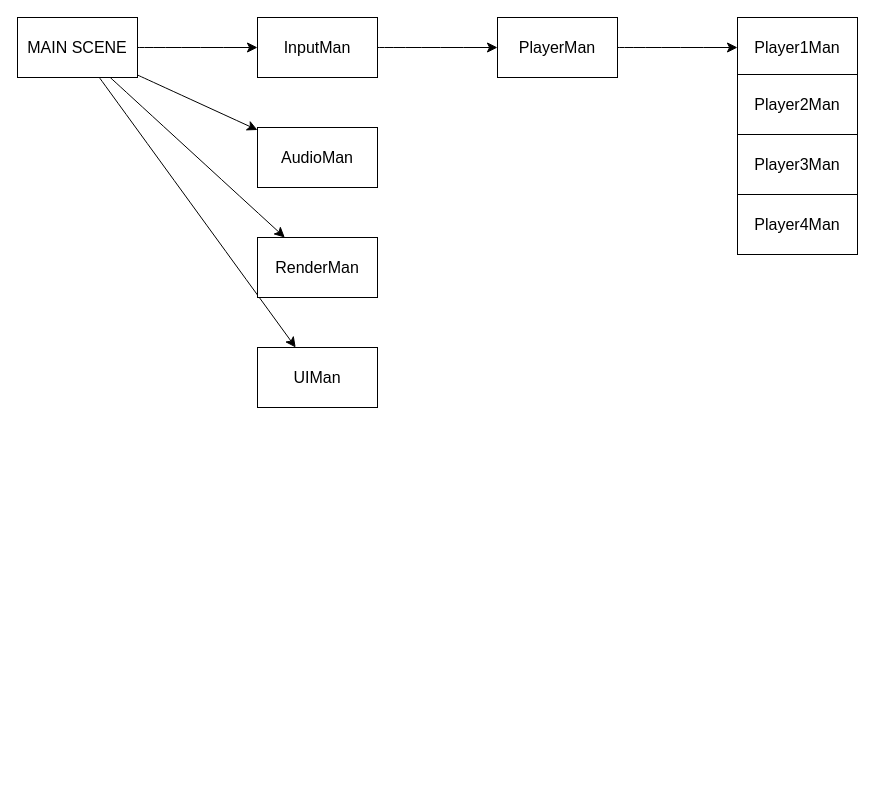
Before: Misc/USAISystems.drawio in jmund15/USAI, a draw.io diagram. Source tidied: cells renumbered, new cells numbered last; positions are measured from the earlier drawing's top-left corner, leaving out a move shared by most shapes. Both pictures are drawn from the tidied source at 100%, with x=0, y=0 at pixel (17, 17).
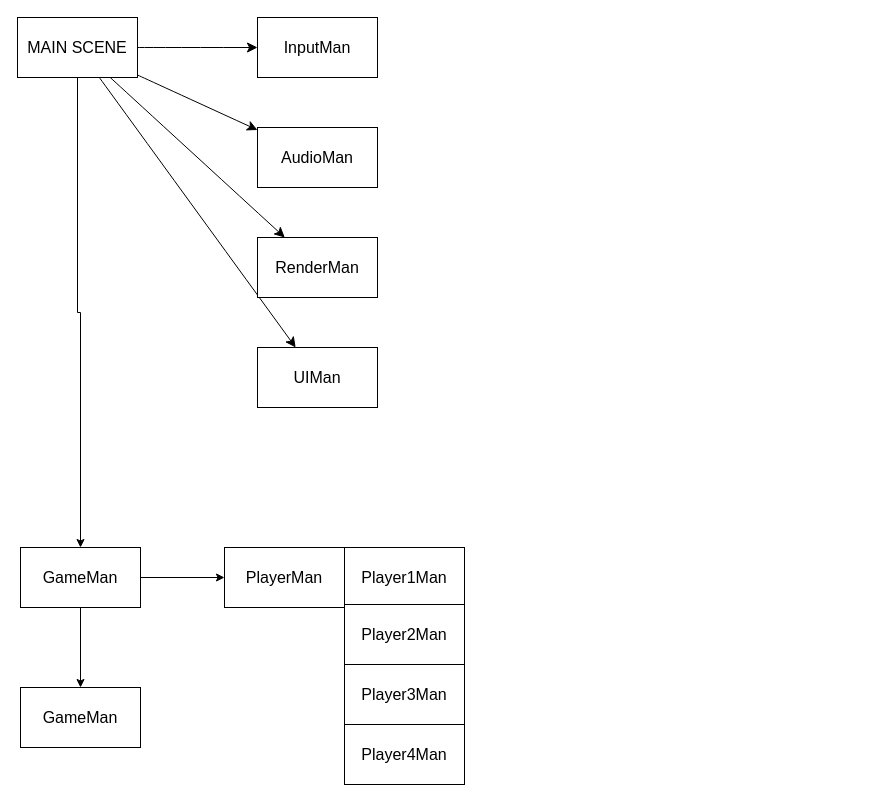
Above is the later version.

The change refers to these unchanged cells:
```xml
<mxCell id="6" value="MAIN SCENE" style="rounded=0;whiteSpace=wrap;html=1;fontSize=16;" parent="1" vertex="1">
  <mxGeometry width="120" height="60" as="geometry" />
</mxCell>
<mxCell id="8" value="InputMan" style="whiteSpace=wrap;html=1;fontSize=16;rounded=0;" parent="1" vertex="1">
  <mxGeometry x="240" width="120" height="60" as="geometry" />
</mxCell>
```

Change to the diagram source:
```diff
@@
+    <mxCell id="18" style="edgeStyle=orthogonalEdgeStyle;rounded=0;jettySize=auto;html=1;" parent="1" edge="1" source="6" target="21">
+      <mxGeometry relative="1" as="geometry" />
+    </mxCell>
@@
-    <mxCell id="7" style="edgeStyle=none;curved=1;rounded=0;jettySize=auto;html=1;fontSize=12;startSize=8;endSize=8;" parent="1" edge="1" source="8" target="12">
-      <mxGeometry relative="1" as="geometry" />
-    </mxCell>
@@
-    <mxCell id="11" style="edgeStyle=none;curved=1;rounded=0;jettySize=auto;html=1;fontSize=12;startSize=8;endSize=8;" parent="1" edge="1" source="12" target="13">
-      <mxGeometry relative="1" as="geometry" />
-    </mxCell>
     <mxCell id="12" value="PlayerMan" style="whiteSpace=wrap;html=1;fontSize=16;rounded=0;" parent="1" vertex="1">
-      <mxGeometry x="480" width="120" height="60" as="geometry" />
+      <mxGeometry x="207" y="530" width="120" height="60" as="geometry" />
     </mxCell>
     <mxCell id="13" value="Player1Man" style="whiteSpace=wrap;html=1;fontSize=16;rounded=0;" parent="1" vertex="1">
-      <mxGeometry x="720" width="120" height="60" as="geometry" />
+      <mxGeometry x="327" y="530" width="120" height="60" as="geometry" />
     </mxCell>
     <mxCell id="14" value="Player2Man" style="whiteSpace=wrap;html=1;fontSize=16;rounded=0;" parent="1" vertex="1">
-      <mxGeometry x="720" y="57" width="120" height="60" as="geometry" />
+      <mxGeometry x="327" y="587" width="120" height="60" as="geometry" />
     </mxCell>
     <mxCell id="15" value="Player3Man" style="whiteSpace=wrap;html=1;fontSize=16;rounded=0;" parent="1" vertex="1">
-      <mxGeometry x="720" y="117" width="120" height="60" as="geometry" />
+      <mxGeometry x="327" y="647" width="120" height="60" as="geometry" />
     </mxCell>
     <mxCell id="16" value="Player4Man" style="whiteSpace=wrap;html=1;fontSize=16;rounded=0;" parent="1" vertex="1">
-      <mxGeometry x="720" y="177" width="120" height="60" as="geometry" />
+      <mxGeometry x="327" y="707" width="120" height="60" as="geometry" />
     </mxCell>
@@
+    <mxCell id="19" style="edgeStyle=orthogonalEdgeStyle;rounded=0;jettySize=auto;html=1;" parent="1" edge="1" source="21" target="12">
+      <mxGeometry relative="1" as="geometry" />
+    </mxCell>
+    <mxCell id="20" style="edgeStyle=orthogonalEdgeStyle;rounded=0;jettySize=auto;html=1;" parent="1" edge="1" source="21" target="22">
+      <mxGeometry relative="1" as="geometry" />
+    </mxCell>
+    <mxCell id="21" value="GameMan" style="rounded=0;whiteSpace=wrap;html=1;fontSize=16;" parent="1" vertex="1">
+      <mxGeometry x="3" y="530" width="120" height="60" as="geometry" />
+    </mxCell>
+    <mxCell id="22" value="GameMan" style="rounded=0;whiteSpace=wrap;html=1;fontSize=16;" parent="1" vertex="1">
+      <mxGeometry x="3" y="670" width="120" height="60" as="geometry" />
+    </mxCell>
```
